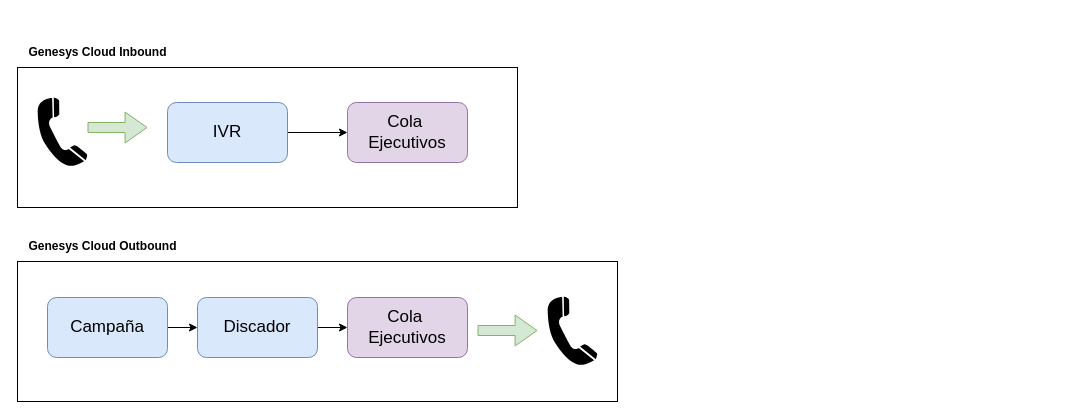
nonate/personalProject keeps this draw.io diagram as ppt.drawio. Above is the earlier version. Source tidied: cells renumbered, new cells numbered last; positions are measured from the earlier drawing's top-left corner, leaving out a move shared by most shapes. Both pictures are drawn from the tidied source at 100%, with x=0, y=0 at pixel (17, 37). Pictures stored in the file or linked from it are replaced by grey dashed boxes.
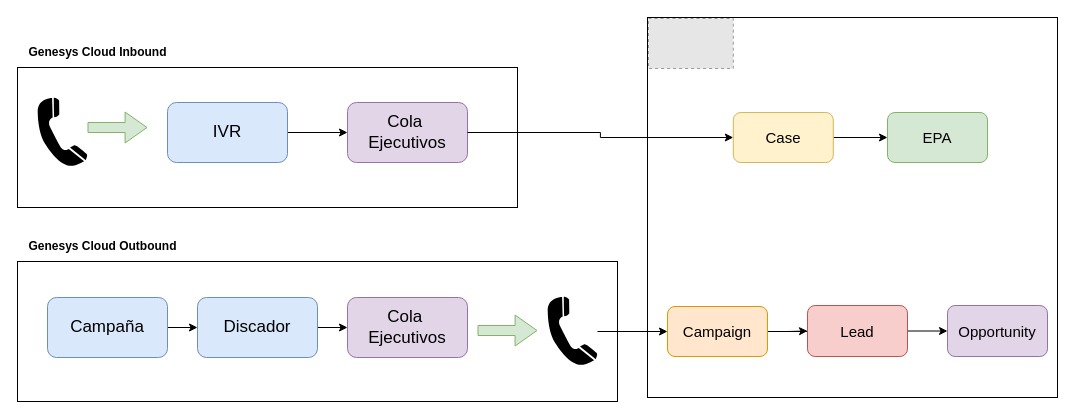
Above is the later version.

Unchanged cells that the change refers to:
```xml
<mxCell id="5" style="shape=mxgraph.signs.tech.telephone_3;html=1;fillColor=#000000;strokeColor=none;verticalLabelPosition=bottom;verticalAlign=top;align=center;" parent="1" vertex="1">
  <mxGeometry x="530" y="259" width="50" height="70" as="geometry" />
</mxCell>
<mxCell id="12" value="&lt;font style=&quot;font-size: 17px;&quot;&gt;Cola&amp;nbsp; Ejecutivos&lt;/font&gt;" style="rounded=1;whiteSpace=wrap;html=1;fillColor=#e1d5e7;strokeColor=#9673a6;" parent="1" vertex="1">
  <mxGeometry x="330" y="65" width="120" height="60" as="geometry" />
</mxCell>
```

Change to the diagram source:
```diff
@@
+    <mxCell id="18" style="rounded=0;whiteSpace=wrap;html=1;" parent="1" vertex="1">
+      <mxGeometry x="630" y="-20" width="410" height="380" as="geometry" />
+    </mxCell>
+    <mxCell id="19" style="fillColor=#E6E6E6;strokeColor=#999999;dashed=1;verticalLabelPosition=bottom;labelBackgroundColor=default;verticalAlign=top;" parent="1" vertex="1">
+      <mxGeometry x="631" y="-19" width="84.8" height="50" as="geometry" />
+    </mxCell>
+    <mxCell id="20" style="edgeStyle=orthogonalEdgeStyle;rounded=0;jettySize=auto;html=1;" parent="1" edge="1" source="22" target="24">
+      <mxGeometry relative="1" as="geometry" />
+    </mxCell>
+    <mxCell id="21" style="edgeStyle=orthogonalEdgeStyle;rounded=0;jettySize=auto;html=1;" parent="1" edge="1" source="22">
+      <mxGeometry relative="1" as="geometry">
+        <mxPoint x="830" y="285" as="targetPoint" />
+      </mxGeometry>
+    </mxCell>
+    <mxCell id="22" value="&lt;font style=&quot;font-size: 15px;&quot;&gt;Campaign&lt;/font&gt;" style="rounded=1;whiteSpace=wrap;html=1;fillColor=#ffe6cc;strokeColor=#d79b00;" parent="1" vertex="1">
+      <mxGeometry x="650" y="269" width="100" height="50" as="geometry" />
+    </mxCell>
+    <mxCell id="23" style="edgeStyle=orthogonalEdgeStyle;rounded=0;jettySize=auto;html=1;" parent="1" edge="1" source="24" target="25">
+      <mxGeometry relative="1" as="geometry" />
+    </mxCell>
+    <mxCell id="24" value="&lt;font style=&quot;font-size: 15px;&quot;&gt;Lead&lt;/font&gt;" style="rounded=1;whiteSpace=wrap;html=1;fillColor=#f8cecc;strokeColor=#b85450;" parent="1" vertex="1">
+      <mxGeometry x="790" y="268" width="100" height="51" as="geometry" />
+    </mxCell>
+    <mxCell id="25" value="&lt;font style=&quot;font-size: 15px;&quot;&gt;Opportunity&lt;/font&gt;" style="rounded=1;whiteSpace=wrap;html=1;fillColor=#e1d5e7;strokeColor=#9673a6;" parent="1" vertex="1">
+      <mxGeometry x="930" y="268" width="100" height="51" as="geometry" />
+    </mxCell>
+    <mxCell id="26" style="edgeStyle=orthogonalEdgeStyle;rounded=0;jettySize=auto;html=1;" parent="1" edge="1" source="27" target="29">
+      <mxGeometry relative="1" as="geometry" />
+    </mxCell>
+    <mxCell id="27" value="&lt;font style=&quot;font-size: 15px;&quot;&gt;Case&lt;/font&gt;" style="rounded=1;whiteSpace=wrap;html=1;fillColor=#fff2cc;strokeColor=#d6b656;" parent="1" vertex="1">
+      <mxGeometry x="715.8" y="75" width="100" height="50" as="geometry" />
+    </mxCell>
+    <mxCell id="28" style="edgeStyle=orthogonalEdgeStyle;rounded=0;jettySize=auto;html=1;" parent="1" edge="1" source="5" target="22">
+      <mxGeometry relative="1" as="geometry" />
+    </mxCell>
+    <mxCell id="29" value="&lt;font style=&quot;font-size: 15px;&quot;&gt;EPA&lt;/font&gt;" style="rounded=1;whiteSpace=wrap;html=1;fillColor=#d5e8d4;strokeColor=#82b366;" parent="1" vertex="1">
+      <mxGeometry x="870" y="75" width="100" height="50" as="geometry" />
+    </mxCell>
+    <mxCell id="30" style="edgeStyle=orthogonalEdgeStyle;rounded=0;jettySize=auto;html=1;" parent="1" edge="1" source="12" target="27">
+      <mxGeometry relative="1" as="geometry" />
+    </mxCell>
```
